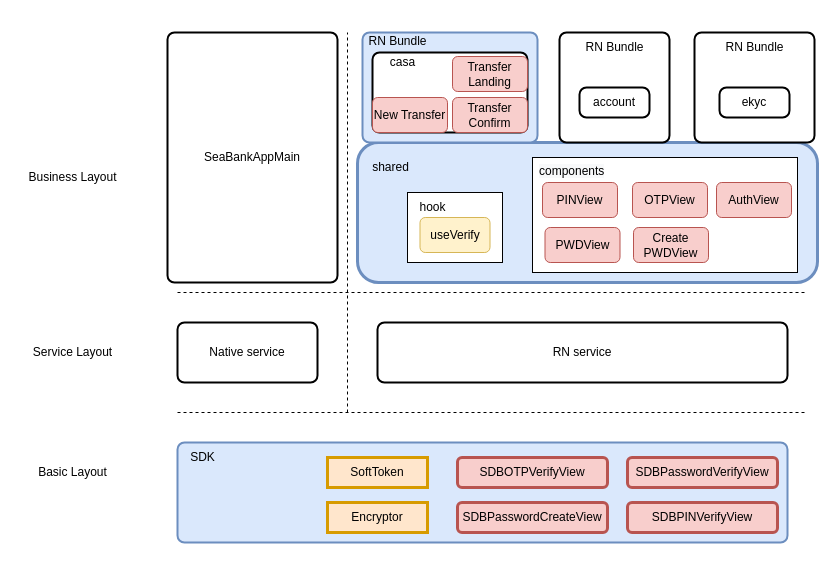
The draw.io diagram Transfer/转账overall Design.drawio in RexYao97/sfrex, before the edit. Source tidied: cells renumbered, new cells numbered last; positions are measured from the earlier drawing's top-left corner, leaving out a move shared by most shapes. Both pictures are drawn from the tidied source at 100%, with x=0, y=0 at pixel (17, 26).
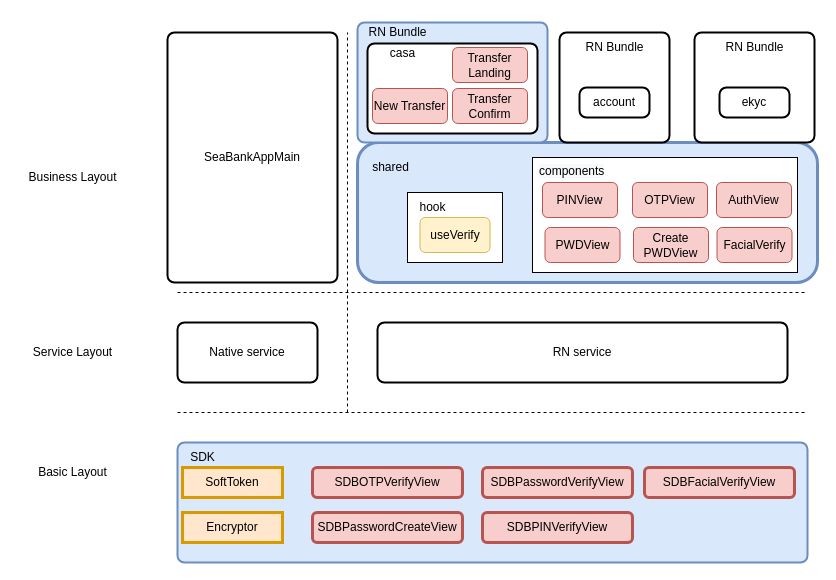
After the change.

What changed in the source:
```diff
@@
     <mxCell id="5" style="rounded=1;whiteSpace=wrap;html=1;absoluteArcSize=1;arcSize=14;strokeWidth=2;fillColor=#dae8fc;strokeColor=#6c8ebf;" parent="1" vertex="1">
-      <mxGeometry x="345" y="6" width="175" height="110" as="geometry" />
+      <mxGeometry x="340" y="-4" width="190" height="120" as="geometry" />
     </mxCell>
     <mxCell id="6" value="RN Bundle" style="text;html=1;align=center;verticalAlign=middle;strokeColor=none;fillColor=none;" parent="1" vertex="1">
-      <mxGeometry x="340" width="80" height="30" as="geometry" />
+      <mxGeometry x="340" y="-9" width="80" height="30" as="geometry" />
     </mxCell>
@@
     <mxCell id="11" style="rounded=1;whiteSpace=wrap;html=1;absoluteArcSize=1;arcSize=14;strokeWidth=2;" parent="1" vertex="1">
-      <mxGeometry x="355" y="26" width="155" height="80" as="geometry" />
+      <mxGeometry x="350" y="17" width="170" height="90" as="geometry" />
     </mxCell>
@@
     <mxCell id="17" style="rounded=1;whiteSpace=wrap;html=1;absoluteArcSize=1;arcSize=14;strokeWidth=2;fillColor=#dae8fc;strokeColor=#6c8ebf;" parent="1" vertex="1">
-      <mxGeometry x="160" y="416" width="610" height="100" as="geometry" />
+      <mxGeometry x="160" y="416" width="630" height="120" as="geometry" />
     </mxCell>
@@
     <mxCell id="32" value="SDBOTPVerifyView" style="rounded=1;whiteSpace=wrap;html=1;strokeWidth=3;fillColor=#f8cecc;strokeColor=#b85450;" parent="1" vertex="1">
-      <mxGeometry x="440" y="431" width="150" height="30" as="geometry" />
+      <mxGeometry x="295" y="441" width="150" height="30" as="geometry" />
     </mxCell>
     <mxCell id="33" value="SDBPasswordVerifyView" style="rounded=1;whiteSpace=wrap;html=1;strokeWidth=3;fillColor=#f8cecc;strokeColor=#b85450;" parent="1" vertex="1">
-      <mxGeometry x="610" y="431" width="150" height="30" as="geometry" />
+      <mxGeometry x="465" y="441" width="150" height="30" as="geometry" />
     </mxCell>
     <mxCell id="34" value="SDBPasswordCreateView" style="rounded=1;whiteSpace=wrap;html=1;strokeWidth=3;fillColor=#f8cecc;strokeColor=#b85450;" parent="1" vertex="1">
-      <mxGeometry x="440" y="476" width="150" height="30" as="geometry" />
+      <mxGeometry x="295" y="486" width="150" height="30" as="geometry" />
     </mxCell>
     <mxCell id="35" value="SDBPINVerifyView" style="rounded=1;whiteSpace=wrap;html=1;strokeWidth=3;fillColor=#f8cecc;strokeColor=#b85450;" parent="1" vertex="1">
-      <mxGeometry x="610" y="476" width="150" height="30" as="geometry" />
+      <mxGeometry x="465" y="486" width="150" height="30" as="geometry" />
     </mxCell>
@@
     <mxCell id="37" value="SoftToken" style="whiteSpace=wrap;html=1;strokeWidth=3;fillColor=#ffe6cc;strokeColor=#d79b00;" parent="1" vertex="1">
-      <mxGeometry x="310" y="431" width="100" height="30" as="geometry" />
+      <mxGeometry x="165" y="441" width="100" height="30" as="geometry" />
     </mxCell>
     <mxCell id="38" value="Encryptor" style="whiteSpace=wrap;html=1;strokeWidth=3;fillColor=#ffe6cc;strokeColor=#d79b00;" parent="1" vertex="1">
-      <mxGeometry x="310" y="476" width="100" height="30" as="geometry" />
+      <mxGeometry x="165" y="486" width="100" height="30" as="geometry" />
     </mxCell>
@@
     <mxCell id="40" value="&lt;span style=&quot;&quot;&gt;casa&lt;/span&gt;" style="text;html=1;align=center;verticalAlign=middle;strokeColor=none;fillColor=none;" parent="1" vertex="1">
-      <mxGeometry x="360" y="21" width="50" height="30" as="geometry" />
+      <mxGeometry x="360" y="12" width="50" height="30" as="geometry" />
     </mxCell>
     <mxCell id="41" value="Transfer Confirm" style="rounded=1;whiteSpace=wrap;html=1;fillColor=#f8cecc;strokeColor=#b85450;" parent="1" vertex="1">
-      <mxGeometry x="435" y="71" width="75" height="35" as="geometry" />
+      <mxGeometry x="435" y="62" width="75" height="35" as="geometry" />
     </mxCell>
     <mxCell id="42" value="Transfer Landing" style="rounded=1;whiteSpace=wrap;html=1;fillColor=#f8cecc;strokeColor=#b85450;" parent="1" vertex="1">
-      <mxGeometry x="435" y="30" width="75" height="35" as="geometry" />
+      <mxGeometry x="435" y="21" width="75" height="35" as="geometry" />
     </mxCell>
     <mxCell id="43" value="New Transfer" style="rounded=1;whiteSpace=wrap;html=1;fillColor=#f8cecc;strokeColor=#b85450;" parent="1" vertex="1">
-      <mxGeometry x="355" y="71" width="75" height="35" as="geometry" />
+      <mxGeometry x="355" y="62" width="75" height="35" as="geometry" />
     </mxCell>
+    <mxCell id="44" value="FacialVerify" style="rounded=1;whiteSpace=wrap;html=1;fillColor=#f8cecc;strokeColor=#b85450;" parent="1" vertex="1">
+      <mxGeometry x="699.5" y="201" width="75" height="35" as="geometry" />
+    </mxCell>
+    <mxCell id="45" value="SDBFacialVerifyView" style="rounded=1;whiteSpace=wrap;html=1;strokeWidth=3;fillColor=#f8cecc;strokeColor=#b85450;" parent="1" vertex="1">
+      <mxGeometry x="627" y="441" width="150" height="30" as="geometry" />
+    </mxCell>
```
